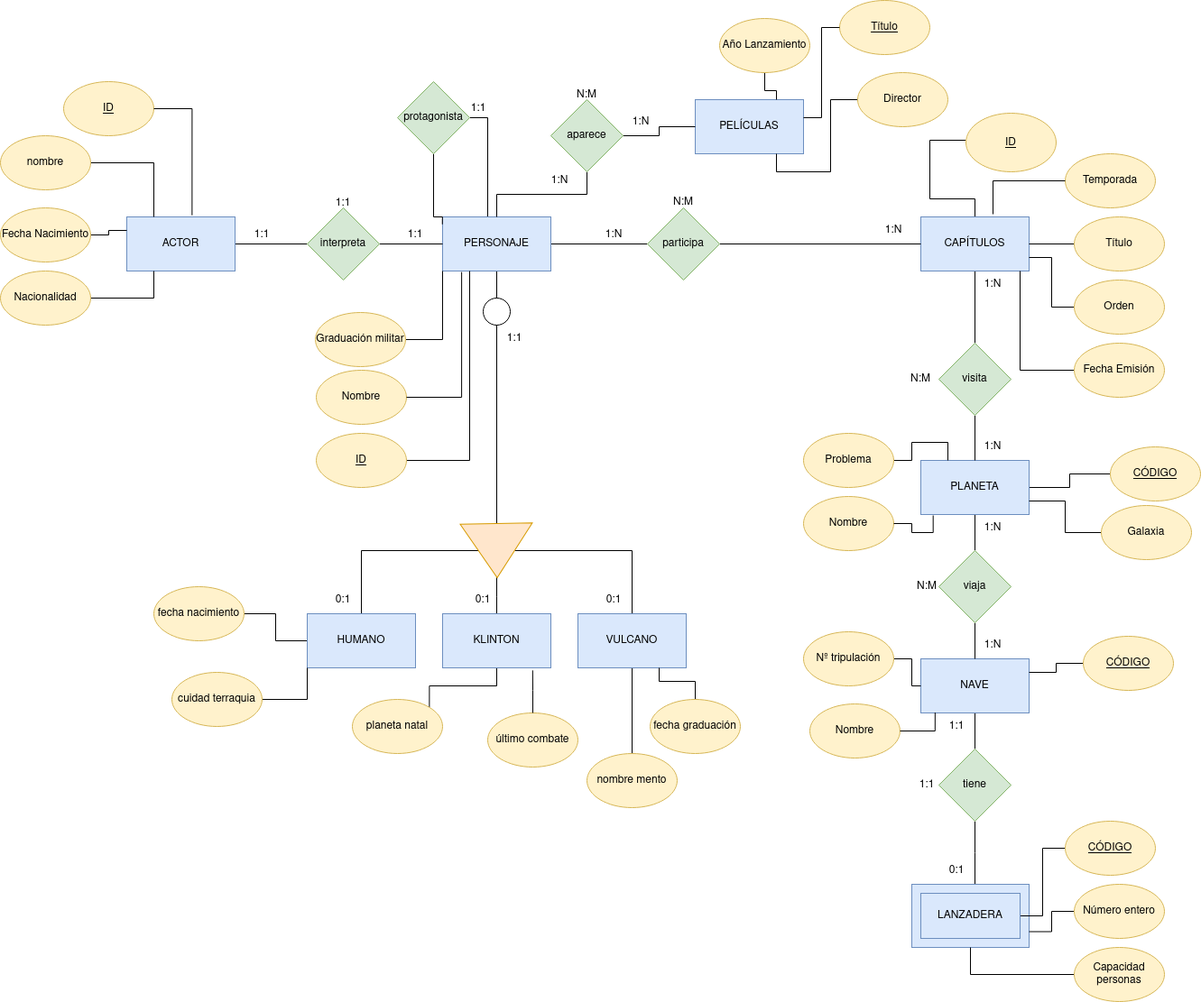
The draw.io diagram Unidad-1/Tareas/Tarea Evaluable 3/eval3.drawio.png in YoooKai/Base-de-Datos, before a commit. Source tidied: cells renumbered, new cells last; positions are measured from the earlier drawing's top-left corner, leaving out a move shared by most shapes.
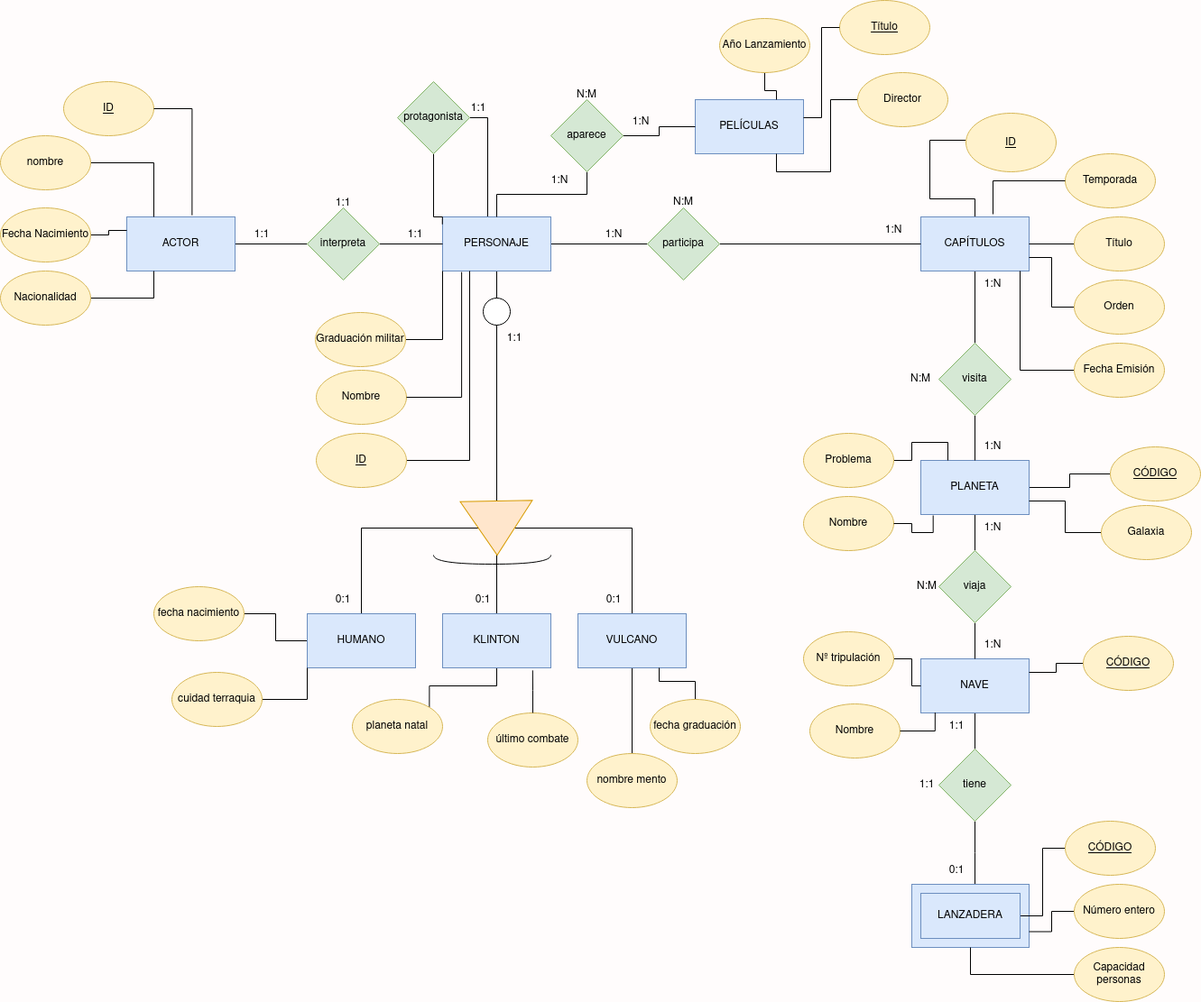
The same file after the commit.

Diff of the diagram source:
```diff
@@ -1,4 +1,4 @@
-<mxGraphModel>
+<mxGraphModel background="#FFFCFC">
   <root>
     <mxCell id="0" />
     <mxCell id="1" parent="0" />
@@ -103,7 +103,7 @@
       <mxGeometry relative="1" as="geometry" />
     </mxCell>
     <mxCell id="31" style="triangle;whiteSpace=wrap;html=1;rotation=89;fillColor=#ffe6cc;strokeColor=#d79b00;" parent="1" vertex="1">
-      <mxGeometry x="520" y="570" width="60" height="80" as="geometry" />
+      <mxGeometry x="520" y="545" width="60" height="80" as="geometry" />
     </mxCell>
     <mxCell id="32" style="ellipse;whiteSpace=wrap;html=1;" parent="1" vertex="1">
       <mxGeometry x="535" y="330" width="30" height="30" as="geometry" />
@@ -414,5 +414,8 @@
     <mxCell id="125" value="ID" style="ellipse;whiteSpace=wrap;html=1;align=center;fontStyle=4;fillColor=#fff2cc;strokeColor=#d6b656;" parent="1" vertex="1">
       <mxGeometry x="1070" y="125" width="100" height="65" as="geometry" />
     </mxCell>
+    <mxCell id="126" style="shape=requiredInterface;html=1;verticalLabelPosition=bottom;sketch=0;rotation=90;" parent="1" vertex="1">
+      <mxGeometry x="540" y="555" width="10" height="130" as="geometry" />
+    </mxCell>
   </root>
 </mxGraphModel>
```
